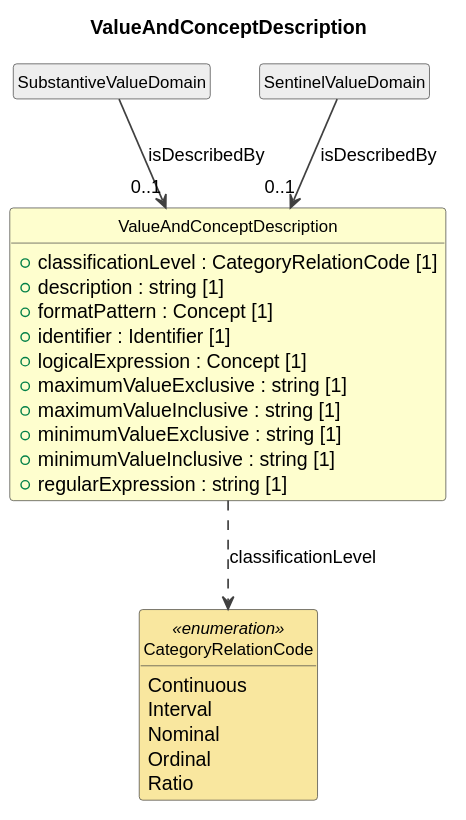
Earlier version of the PlantUML export cdif-uml-model/_plantuml/cdifDataStructure/Classes/ValueAndConceptDescription.svg (Cross-Domain-Interoperability-Framework/metadataBuildingBlocks).
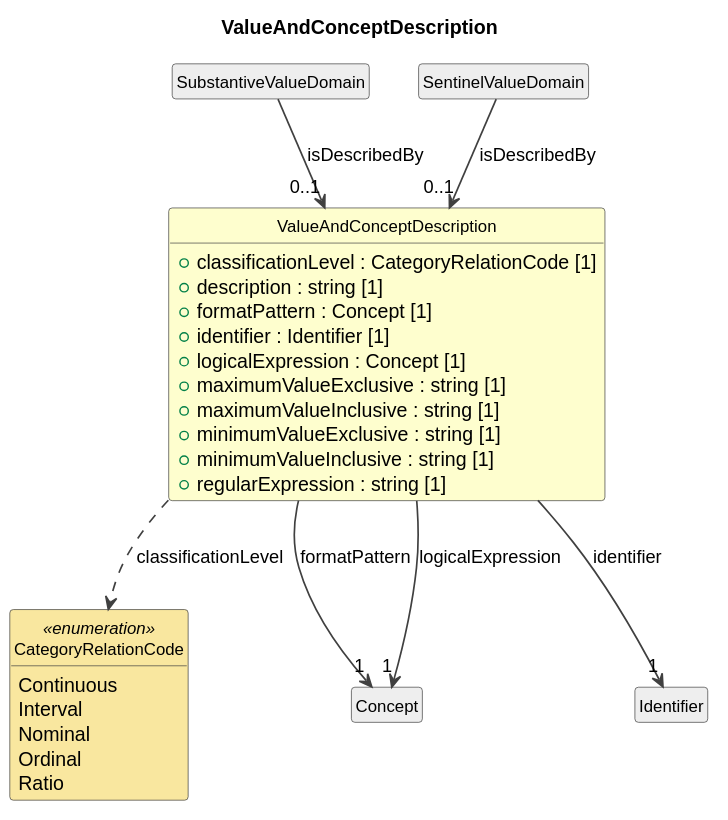
Above is the later version.

Diff of the diagram source:
```diff
@@ -35,4 +35,9 @@
   Ratio
 }
 ValueAndConceptDescription ..> CategoryRelationCode : classificationLevel
+class "Concept" as Concept #EEEEEE
+ValueAndConceptDescription --> "1" Concept : formatPattern
+class "Identifier" as Identifier #EEEEEE
+ValueAndConceptDescription --> "1" Identifier : identifier
+ValueAndConceptDescription --> "1" Concept : logicalExpression
 @enduml
```
